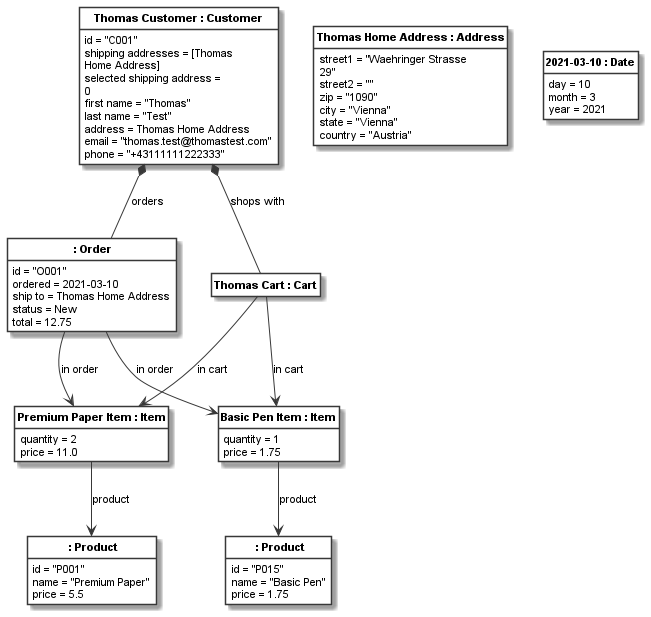
Earlier version of the PlantUML export docs/_images/shopping_instance1_order_model.png (uzdun/CodeableModels). The source it was exported from:
```plantuml
@startuml
skinparam monochrome true
skinparam ClassBackgroundColor White
hide empty members
hide circle
skinparam defaultFontName Arial
skinparam defaultFontSize 11
class "<b> : Order</b>" as __1_None {
id = "O001"
ordered = 2021-03-10
ship to = Thomas Home Address
status = New
total = 12.75
}

class "<b>Thomas Customer : Customer</b>" as __2_Thomas_Customer {
id = "C001"
shipping addresses = [Thomas\nHome Address]
selected shipping address =\n0
first name = "Thomas"
last name = "Test"
address = Thomas Home Address
email = "thomas.test@thomastest.com"
phone = "+43111111222333"
}

class "<b>Thomas Cart : Cart</b>" as __3_Thomas_Cart
class "<b>Premium Paper Item : Item</b>" as __4_Premium_Paper_Item {
quantity = 2
price = 11.0
}

class "<b> : Product</b>" as __5_None {
id = "P001"
name = "Premium Paper"
price = 5.5
}

class "<b>Basic Pen Item : Item</b>" as __6_Basic_Pen_Item {
quantity = 1
price = 1.75
}

class "<b> : Product</b>" as __7_None {
id = "P015"
name = "Basic Pen"
price = 1.75
}

class "<b>Thomas Home Address : Address</b>" as __8_Thomas_Home_Address {
street1 = "Waehringer Strasse\n29"
street2 = ""
zip = "1090"
city = "Vienna"
state = "Vienna"
country = "Austria"
}

class "<b>2021-03-10 : Date</b>" as __9_2021_03_10 {
day = 10
month = 3
year = 2021
}

__1_None --> __4_Premium_Paper_Item: in order
__1_None --> __6_Basic_Pen_Item: in order
__2_Thomas_Customer *-- __3_Thomas_Cart: shops with
__2_Thomas_Customer *-- __1_None: orders
__3_Thomas_Cart --> __4_Premium_Paper_Item: in cart
__3_Thomas_Cart --> __6_Basic_Pen_Item: in cart
__4_Premium_Paper_Item --> __5_None: product
__6_Basic_Pen_Item --> __7_None: product
@enduml
```
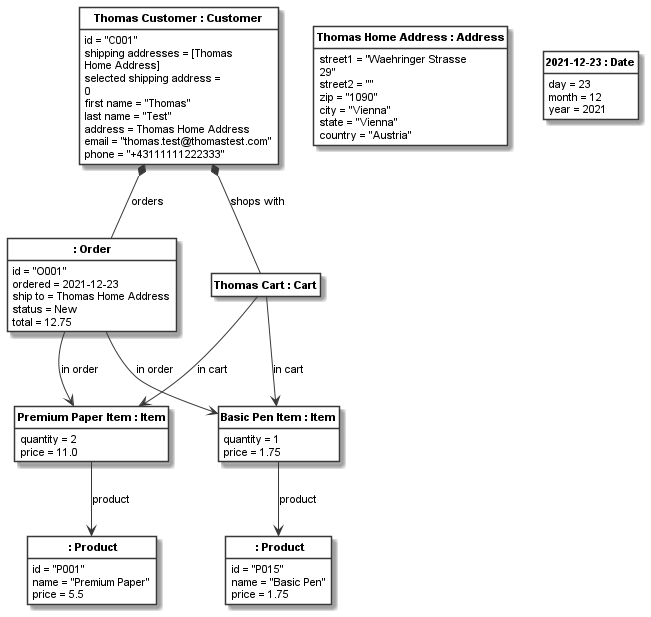
Later version of the same file.

What changed in the source:
```diff
@@ -7,7 +7,7 @@
 skinparam defaultFontSize 11
 class "<b> : Order</b>" as __1_None {
 id = "O001"
-ordered = 2021-03-10
+ordered = 2021-12-23
 ship to = Thomas Home Address
 status = New
 total = 12.75
@@ -56,9 +56,9 @@
 country = "Austria"
 }
 
-class "<b>2021-03-10 : Date</b>" as __9_2021_03_10 {
-day = 10
-month = 3
+class "<b>2021-12-23 : Date</b>" as __9_2021_12_23 {
+day = 23
+month = 12
 year = 2021
 }
 
```
